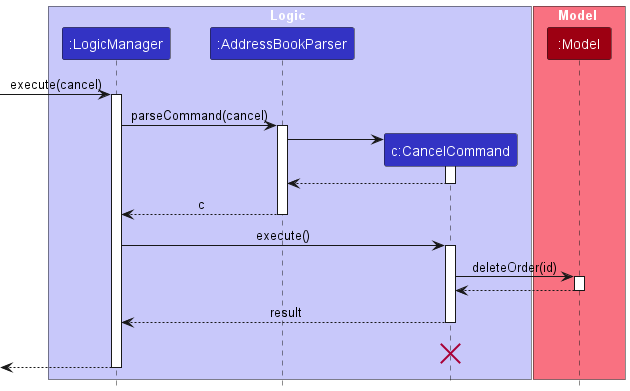
Earlier version of the PlantUML export docs/images/CancelSequenceDiagram-Logic.png (bertrandong/tp). Its diagram source:
```plantuml
@startuml
!include style.puml
skinparam ArrowFontStyle plain

box Logic LOGIC_COLOR_T1
participant ":LogicManager" as LogicManager LOGIC_COLOR
participant ":AddressBookParser" as AddressBookParser LOGIC_COLOR
participant "c:CancelCommand" as CancelCommand LOGIC_COLOR
end box

box Model MODEL_COLOR_T1
participant ":Model" as Model MODEL_COLOR
end box
[-> LogicManager : execute(cancel)
activate LogicManager

LogicManager -> AddressBookParser : parseCommand(cancel)
activate AddressBookParser

create CancelCommand
AddressBookParser -> CancelCommand
activate CancelCommand

CancelCommand --> AddressBookParser
deactivate CancelCommand

AddressBookParser --> LogicManager : c
deactivate AddressBookParser

LogicManager -> CancelCommand : execute()
activate CancelCommand

CancelCommand -> Model : deleteOrder(id)
activate Model

Model --> CancelCommand
deactivate Model

CancelCommand --> LogicManager : result
deactivate CancelCommand
CancelCommand -[hidden]-> LogicManager : result
destroy CancelCommand

[<--LogicManager
deactivate LogicManager
@enduml
```
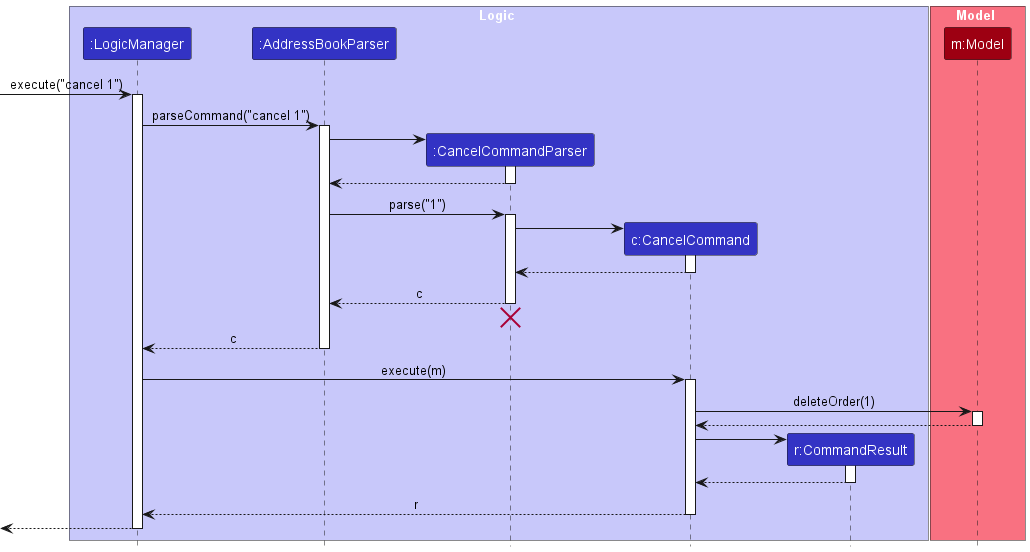
After the commit.

What changed in the source:
```diff
@@ -5,41 +5,64 @@
 box Logic LOGIC_COLOR_T1
 participant ":LogicManager" as LogicManager LOGIC_COLOR
 participant ":AddressBookParser" as AddressBookParser LOGIC_COLOR
+participant ":CancelCommandParser" as CancelCommandParser LOGIC_COLOR
 participant "c:CancelCommand" as CancelCommand LOGIC_COLOR
+participant "r:CommandResult" as CommandResult LOGIC_COLOR
 end box
 
 box Model MODEL_COLOR_T1
-participant ":Model" as Model MODEL_COLOR
+participant "m:Model" as Model MODEL_COLOR
 end box
-[-> LogicManager : execute(cancel)
+
+[-> LogicManager : execute("cancel 1")
 activate LogicManager
 
-LogicManager -> AddressBookParser : parseCommand(cancel)
+LogicManager -> AddressBookParser : parseCommand("cancel 1")
 activate AddressBookParser
 
+create CancelCommandParser
+AddressBookParser -> CancelCommandParser
+activate CancelCommandParser
+
+CancelCommandParser --> AddressBookParser
+deactivate CancelCommandParser
+
+AddressBookParser -> CancelCommandParser : parse("1")
+activate CancelCommandParser
+
 create CancelCommand
-AddressBookParser -> CancelCommand
+CancelCommandParser -> CancelCommand
 activate CancelCommand
 
-CancelCommand --> AddressBookParser
+CancelCommand --> CancelCommandParser :
 deactivate CancelCommand
+
+CancelCommandParser --> AddressBookParser : c
+deactivate CancelCommandParser
+CancelCommandParser -[hidden]-> AddressBookParser
+destroy CancelCommandParser
 
 AddressBookParser --> LogicManager : c
 deactivate AddressBookParser
 
-LogicManager -> CancelCommand : execute()
+LogicManager -> CancelCommand : execute(m)
 activate CancelCommand
 
-CancelCommand -> Model : deleteOrder(id)
+CancelCommand -> Model : deleteOrder(1)
 activate Model
 
 Model --> CancelCommand
 deactivate Model
 
-CancelCommand --> LogicManager : result
+create CommandResult
+CancelCommand -> CommandResult
+activate CommandResult
+
+CommandResult --> CancelCommand
+deactivate CommandResult
+
+CancelCommand --> LogicManager : r
 deactivate CancelCommand
-CancelCommand -[hidden]-> LogicManager : result
-destroy CancelCommand
 
 [<--LogicManager
 deactivate LogicManager
```
